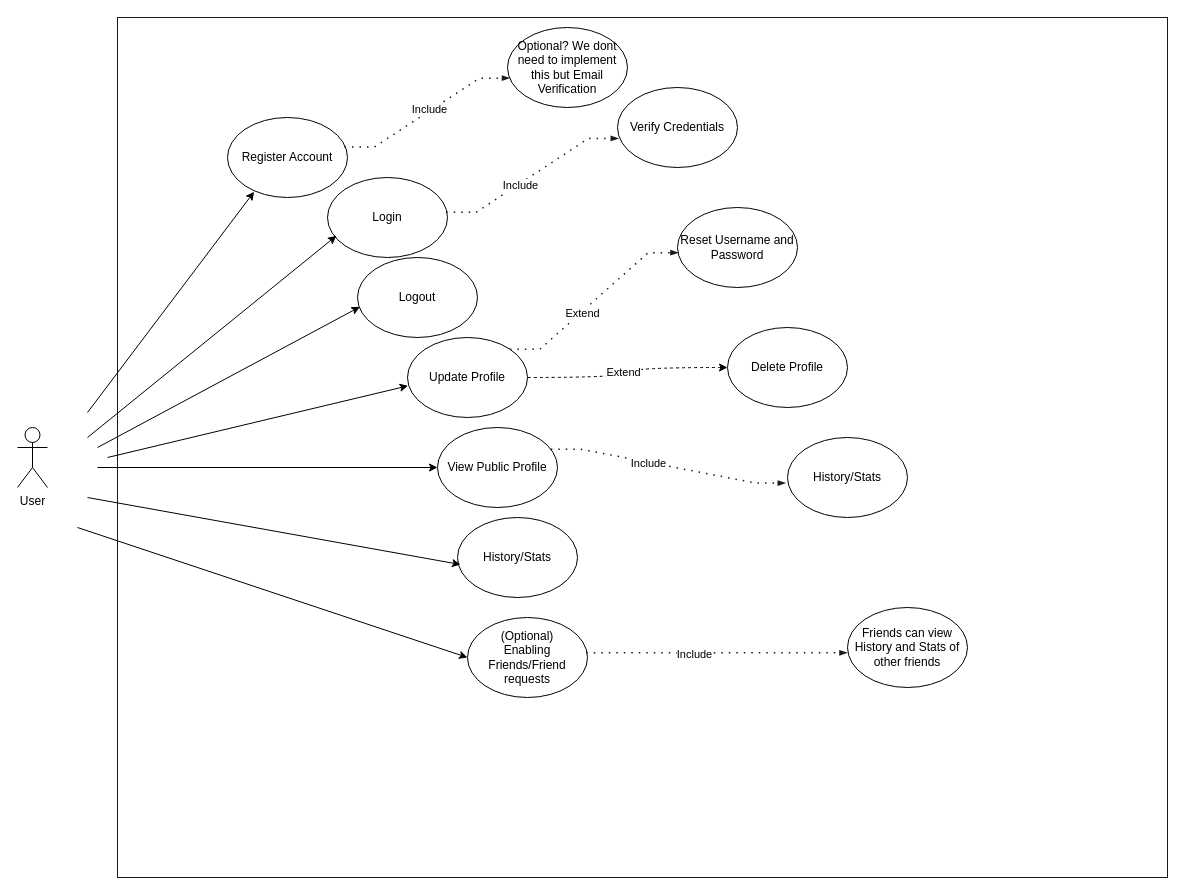
The draw.io diagram src/ca/ucalgary/seng300/Authentication/Authentication_use_case_diagram.drawio in aeMyst/Minigame-Portal, before the edit. Source tidied: cells renumbered, new cells numbered last; positions are measured from the earlier drawing's top-left corner, leaving out a move shared by most shapes. Both pictures are drawn from the tidied source at 100%, with x=0, y=0 at pixel (17, 17).
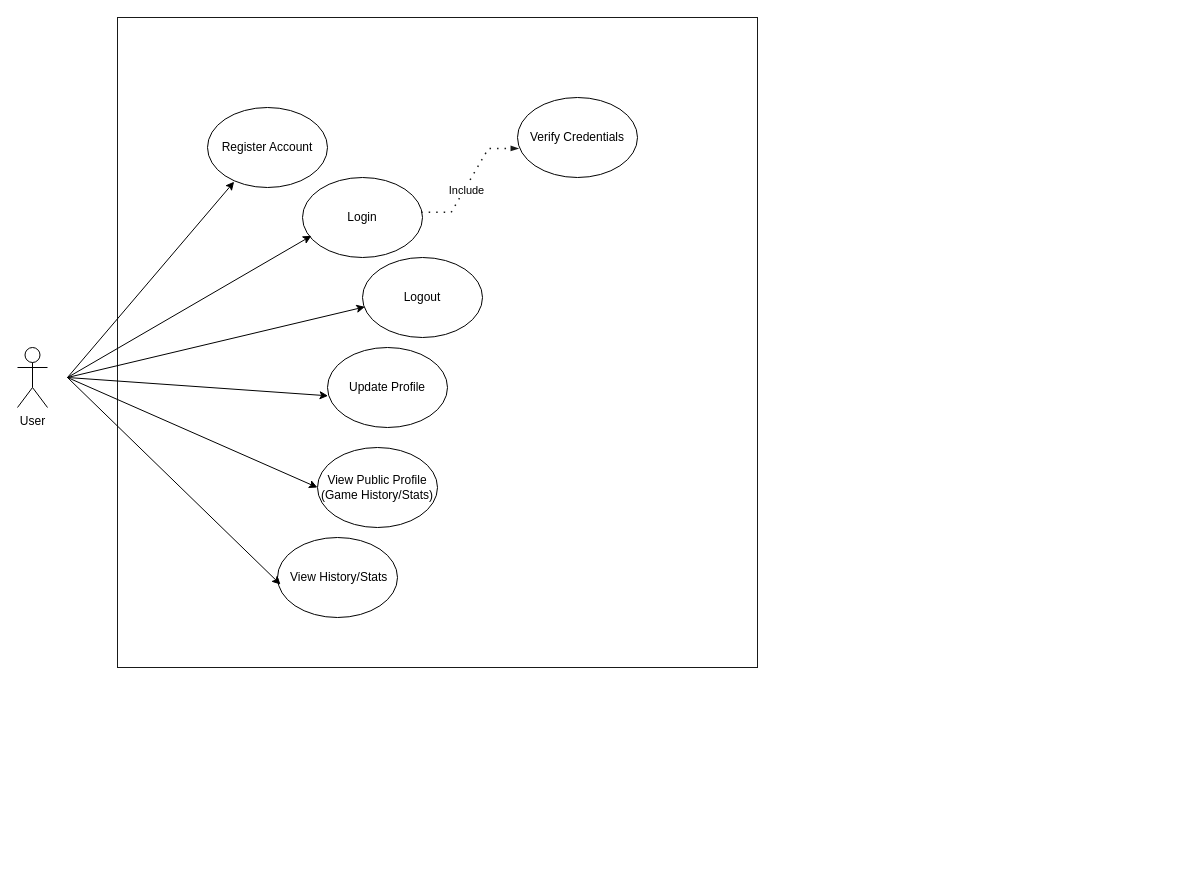
The same diagram, later.

Commit message (it also covers changes not shown here):
Use case descriptions and diagrams updated

Diff of the diagram source:
```diff
@@
     <mxCell id="2" value="User" style="shape=umlActor;verticalLabelPosition=bottom;verticalAlign=top;html=1;" parent="1" vertex="1">
-      <mxGeometry y="410" width="30" height="60" as="geometry" />
+      <mxGeometry y="330" width="30" height="60" as="geometry" />
     </mxCell>
     <mxCell id="3" style="rounded=0;whiteSpace=wrap;html=1;strokeColor=#191a19;" parent="1" vertex="1">
-      <mxGeometry x="100" width="1050" height="860" as="geometry" />
+      <mxGeometry x="100" width="640" height="650" as="geometry" />
     </mxCell>
     <mxCell id="4" value="Register Account" style="ellipse;whiteSpace=wrap;html=1;" parent="1" vertex="1">
-      <mxGeometry x="210" y="100" width="120" height="80" as="geometry" />
+      <mxGeometry x="190" y="90" width="120" height="80" as="geometry" />
     </mxCell>
     <mxCell id="5" value="Login" style="ellipse;whiteSpace=wrap;html=1;" parent="1" vertex="1">
-      <mxGeometry x="310" y="160" width="120" height="80" as="geometry" />
+      <mxGeometry x="285" y="160" width="120" height="80" as="geometry" />
     </mxCell>
     <mxCell id="6" value="Logout" style="ellipse;whiteSpace=wrap;html=1;" parent="1" vertex="1">
-      <mxGeometry x="340" y="240" width="120" height="80" as="geometry" />
+      <mxGeometry x="345" y="240" width="120" height="80" as="geometry" />
     </mxCell>
-    <mxCell id="7" style="edgeStyle=orthogonalEdgeStyle;rounded=0;jettySize=auto;html=1;exitX=1;exitY=0.5;exitDx=0;exitDy=0;entryX=0;entryY=0.5;entryDx=0;entryDy=0;curved=1;dashed=1;" parent="1" edge="1" source="9" target="35">
-      <mxGeometry relative="1" as="geometry" />
-    </mxCell>
-    <mxCell id="8" value="Extend" style="edgeLabel;html=1;align=center;verticalAlign=middle;" parent="7" vertex="1">
-      <mxGeometry y="5" relative="1" as="geometry">
-        <mxPoint y="-1" as="offset" />
-      </mxGeometry>
-    </mxCell>
     <mxCell id="9" value="Update Profile" style="ellipse;whiteSpace=wrap;html=1;" parent="1" vertex="1">
-      <mxGeometry x="390" y="320" width="120" height="80" as="geometry" />
+      <mxGeometry x="310" y="330" width="120" height="80" as="geometry" />
     </mxCell>
-    <mxCell id="10" value="View Public Profile" style="ellipse;whiteSpace=wrap;html=1;" parent="1" vertex="1">
-      <mxGeometry x="420" y="410" width="120" height="80" as="geometry" />
+    <mxCell id="10" value="View Public Profile&lt;div&gt;(Game History/Stats)&lt;/div&gt;" style="ellipse;whiteSpace=wrap;html=1;" parent="1" vertex="1">
+      <mxGeometry x="300" y="430" width="120" height="80" as="geometry" />
     </mxCell>
-    <mxCell id="11" value="History/Stats" style="ellipse;whiteSpace=wrap;html=1;" parent="1" vertex="1">
-      <mxGeometry x="440" y="500" width="120" height="80" as="geometry" />
+    <mxCell id="11" value="&amp;nbsp;View History/Stats" style="ellipse;whiteSpace=wrap;html=1;" parent="1" vertex="1">
+      <mxGeometry x="260" y="520" width="120" height="80" as="geometry" />
     </mxCell>
     <mxCell id="12" value="Verify Credentials" style="ellipse;whiteSpace=wrap;html=1;" parent="1" vertex="1">
-      <mxGeometry x="600" y="70" width="120" height="80" as="geometry" />
+      <mxGeometry x="500" y="80" width="120" height="80" as="geometry" />
     </mxCell>
-    <mxCell id="13" value="Optional? We dont need to implement this but Email Verification" style="ellipse;whiteSpace=wrap;html=1;" parent="1" vertex="1">
-      <mxGeometry x="490" y="10" width="120" height="80" as="geometry" />
-    </mxCell>
-    <mxCell id="14" value="(Optional)&lt;br&gt;Enabling Friends/Friend requests" style="ellipse;whiteSpace=wrap;html=1;" parent="1" vertex="1">
-      <mxGeometry x="450" y="600" width="120" height="80" as="geometry" />
-    </mxCell>
-    <mxCell id="15" value="History/Stats" style="ellipse;whiteSpace=wrap;html=1;" parent="1" vertex="1">
-      <mxGeometry x="770" y="420" width="120" height="80" as="geometry" />
-    </mxCell>
     <mxCell id="16" style="endArrow=classic;html=1;rounded=0;entryX=0.222;entryY=0.928;entryDx=0;entryDy=0;entryPerimeter=0;" parent="1" edge="1" target="4">
       <mxGeometry relative="1" as="geometry">
-        <mxPoint x="70" y="395" as="sourcePoint" />
+        <mxPoint x="50" y="360" as="sourcePoint" />
       </mxGeometry>
     </mxCell>
     <mxCell id="17" style="endArrow=classic;html=1;rounded=0;entryX=0.074;entryY=0.729;entryDx=0;entryDy=0;entryPerimeter=0;" parent="1" edge="1" target="5">
       <mxGeometry relative="1" as="geometry">
-        <mxPoint x="70" y="420" as="sourcePoint" />
+        <mxPoint x="50" y="360" as="sourcePoint" />
       </mxGeometry>
     </mxCell>
     <mxCell id="18" style="endArrow=classic;html=1;rounded=0;entryX=0.02;entryY=0.617;entryDx=0;entryDy=0;entryPerimeter=0;" parent="1" edge="1" target="6">
       <mxGeometry relative="1" as="geometry">
-        <mxPoint x="80" y="430" as="sourcePoint" />
+        <mxPoint x="50" y="360" as="sourcePoint" />
       </mxGeometry>
     </mxCell>
     <mxCell id="19" style="endArrow=classic;html=1;rounded=0;entryX=0.005;entryY=0.604;entryDx=0;entryDy=0;entryPerimeter=0;" parent="1" edge="1" target="9">
       <mxGeometry relative="1" as="geometry">
-        <mxPoint x="90" y="440" as="sourcePoint" />
+        <mxPoint x="50" y="360" as="sourcePoint" />
       </mxGeometry>
     </mxCell>
     <mxCell id="20" style="endArrow=classic;html=1;rounded=0;entryX=0;entryY=0.5;entryDx=0;entryDy=0;" parent="1" edge="1" target="10">
       <mxGeometry relative="1" as="geometry">
-        <mxPoint x="80" y="450" as="sourcePoint" />
+        <mxPoint x="50" y="360" as="sourcePoint" />
       </mxGeometry>
     </mxCell>
     <mxCell id="21" style="endArrow=classic;html=1;rounded=0;entryX=0.025;entryY=0.588;entryDx=0;entryDy=0;entryPerimeter=0;" parent="1" edge="1" target="11">
       <mxGeometry relative="1" as="geometry">
-        <mxPoint x="70" y="480" as="sourcePoint" />
+        <mxPoint x="50" y="360" as="sourcePoint" />
       </mxGeometry>
     </mxCell>
-    <mxCell id="22" style="endArrow=classic;html=1;rounded=0;entryX=0;entryY=0.5;entryDx=0;entryDy=0;" parent="1" edge="1" target="14">
-      <mxGeometry relative="1" as="geometry">
-        <mxPoint x="60" y="510" as="sourcePoint" />
-      </mxGeometry>
-    </mxCell>
-    <mxCell id="23" style="endArrow=blockThin;html=1;strokeColor=#191a19;rounded=0;endFill=1;endSize=4;edgeStyle=entityRelationEdgeStyle;startArrow=none;startFill=0;startSize=4;jumpStyle=none;jumpSize=0;targetPerimeterSpacing=15;dashed=1;strokeWidth=1.5;dashPattern=1 4;entryX=0.018;entryY=0.633;entryDx=0;entryDy=0;entryPerimeter=0;exitX=0.975;exitY=0.368;exitDx=0;exitDy=0;exitPerimeter=0;" parent="1" edge="1" source="4" target="13">
-      <mxGeometry relative="1" as="geometry" />
-    </mxCell>
-    <mxCell id="24" value="Include" style="edgeLabel;html=1;align=center;verticalAlign=middle;" parent="23" vertex="1">
-      <mxGeometry x="0.03" y="2" relative="1" as="geometry" />
-    </mxCell>
@@
-    <mxCell id="27" style="endArrow=blockThin;html=1;strokeColor=#191a19;rounded=0;endFill=1;endSize=4;edgeStyle=entityRelationEdgeStyle;startArrow=none;startFill=0;startSize=4;jumpStyle=none;jumpSize=0;targetPerimeterSpacing=15;dashed=1;strokeWidth=1.5;dashPattern=1 4;entryX=-0.017;entryY=0.569;entryDx=0;entryDy=0;entryPerimeter=0;exitX=0.944;exitY=0.271;exitDx=0;exitDy=0;exitPerimeter=0;" parent="1" edge="1" source="10" target="15">
-      <mxGeometry relative="1" as="geometry" />
-    </mxCell>
-    <mxCell id="28" value="Include" style="edgeLabel;html=1;align=center;verticalAlign=middle;" parent="27" vertex="1">
-      <mxGeometry x="-0.17" y="-2" relative="1" as="geometry">
-        <mxPoint y="-1" as="offset" />
-      </mxGeometry>
-    </mxCell>
-    <mxCell id="29" style="endArrow=blockThin;html=1;strokeColor=#191a19;rounded=0;endFill=1;endSize=4;edgeStyle=entityRelationEdgeStyle;startArrow=none;startFill=0;startSize=4;jumpStyle=none;jumpSize=0;targetPerimeterSpacing=15;dashed=1;strokeWidth=1.5;dashPattern=1 4;entryX=-0.003;entryY=0.567;entryDx=0;entryDy=0;entryPerimeter=0;exitX=0.99;exitY=0.442;exitDx=0;exitDy=0;exitPerimeter=0;" parent="1" edge="1" source="14" target="31">
-      <mxGeometry relative="1" as="geometry" />
-    </mxCell>
-    <mxCell id="30" value="Include" style="edgeLabel;html=1;align=center;verticalAlign=middle;" parent="29" vertex="1">
-      <mxGeometry x="-0.17" y="-2" relative="1" as="geometry">
-        <mxPoint y="-1" as="offset" />
-      </mxGeometry>
-    </mxCell>
-    <mxCell id="31" value="Friends can view History and Stats of other friends" style="ellipse;whiteSpace=wrap;html=1;" parent="1" vertex="1">
-      <mxGeometry x="830" y="590" width="120" height="80" as="geometry" />
-    </mxCell>
-    <mxCell id="32" value="Reset Username and Password" style="ellipse;whiteSpace=wrap;html=1;" parent="1" vertex="1">
-      <mxGeometry x="660" y="190" width="120" height="80" as="geometry" />
-    </mxCell>
-    <mxCell id="33" style="endArrow=blockThin;html=1;strokeColor=#191a19;rounded=0;endFill=1;endSize=4;edgeStyle=entityRelationEdgeStyle;startArrow=none;startFill=0;startSize=4;jumpStyle=none;jumpSize=0;targetPerimeterSpacing=15;dashed=1;strokeWidth=1.5;dashPattern=1 4;entryX=0.005;entryY=0.565;entryDx=0;entryDy=0;entryPerimeter=0;exitX=1;exitY=0;exitDx=0;exitDy=0;" parent="1" edge="1" source="9" target="32">
-      <mxGeometry relative="1" as="geometry" />
-    </mxCell>
-    <mxCell id="34" value="Extend" style="edgeLabel;html=1;align=center;verticalAlign=middle;" parent="33" vertex="1">
-      <mxGeometry x="-0.17" y="-2" relative="1" as="geometry">
-        <mxPoint y="-1" as="offset" />
-      </mxGeometry>
-    </mxCell>
-    <mxCell id="35" value="Delete Profile" style="ellipse;whiteSpace=wrap;html=1;" parent="1" vertex="1">
-      <mxGeometry x="710" y="310" width="120" height="80" as="geometry" />
-    </mxCell>
```
